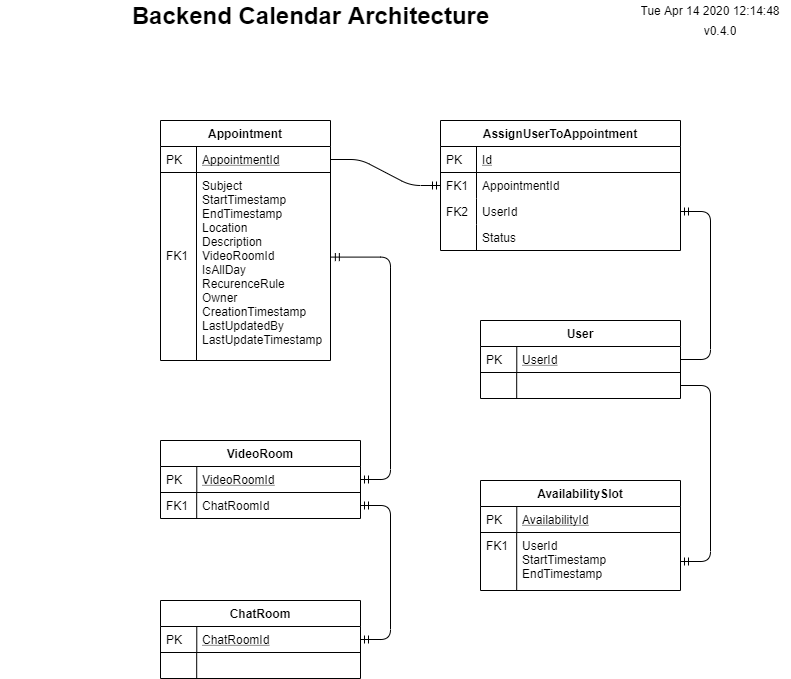
This is documentation/architecture/Telemed Calendar solution.png from TelemedDevGroup/TelemedProtoApp, a draw.io export, as it was before one commit. Source tidied: cells renumbered, new cells last; positions are measured from the earlier drawing's top-left corner, leaving out a move shared by most shapes.
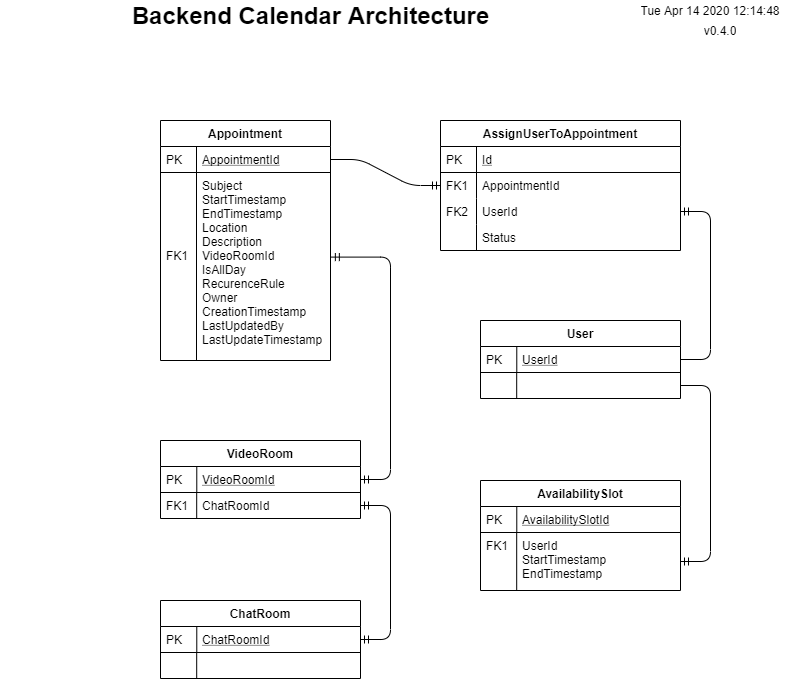
Above is the later version.

Diff of the diagram source:
```diff
@@ -117,7 +117,7 @@
     <mxCell id="38" value="AvailabilitySlot" style="swimlane;fontStyle=1;horizontal=1;startSize=26;rounded=0;shadow=0;strokeWidth=1;" parent="1" vertex="1">
       <mxGeometry x="480" y="480" width="200" height="110" as="geometry" />
     </mxCell>
-    <mxCell id="39" value="AvailabilityId" style="shape=partialRectangle;top=0;left=0;right=0;bottom=1;align=left;verticalAlign=top;fillColor=none;spacingLeft=40;spacingRight=4;overflow=hidden;rounded=0;shadow=0;strokeWidth=1;fontStyle=4;" parent="38" vertex="1">
+    <mxCell id="39" value="AvailabilitySlotId" style="shape=partialRectangle;top=0;left=0;right=0;bottom=1;align=left;verticalAlign=top;fillColor=none;spacingLeft=40;spacingRight=4;overflow=hidden;rounded=0;shadow=0;strokeWidth=1;fontStyle=4;" parent="38" vertex="1">
       <mxGeometry y="26" width="200" height="26" as="geometry" />
     </mxCell>
     <mxCell id="40" value="PK" style="shape=partialRectangle;top=0;left=0;bottom=0;fillColor=none;align=left;verticalAlign=top;spacingLeft=4;spacingRight=4;overflow=hidden;" parent="39" vertex="1">
```
